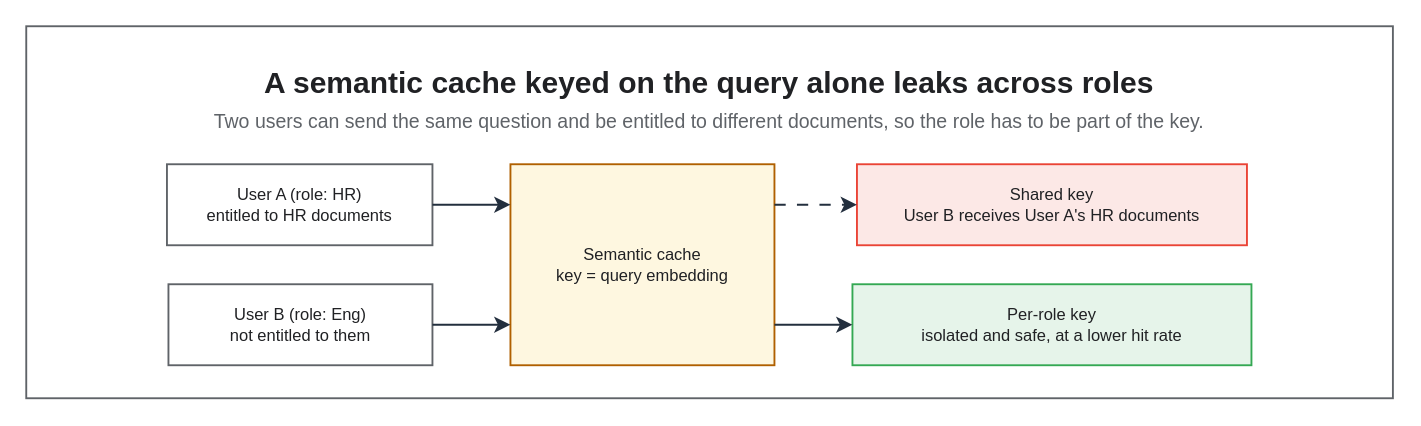
Earlier version of the draw.io diagram assets/img/ai/rag-05-cache-conflict.drawio (KKamJi98/kkamji98.github.io). Source tidied: cells renumbered, new cells numbered last; positions are measured from the earlier drawing's top-left corner, leaving out a move shared by most shapes. Both pictures are drawn from the tidied source at 150%, with x=0, y=0 at pixel (26, 26).
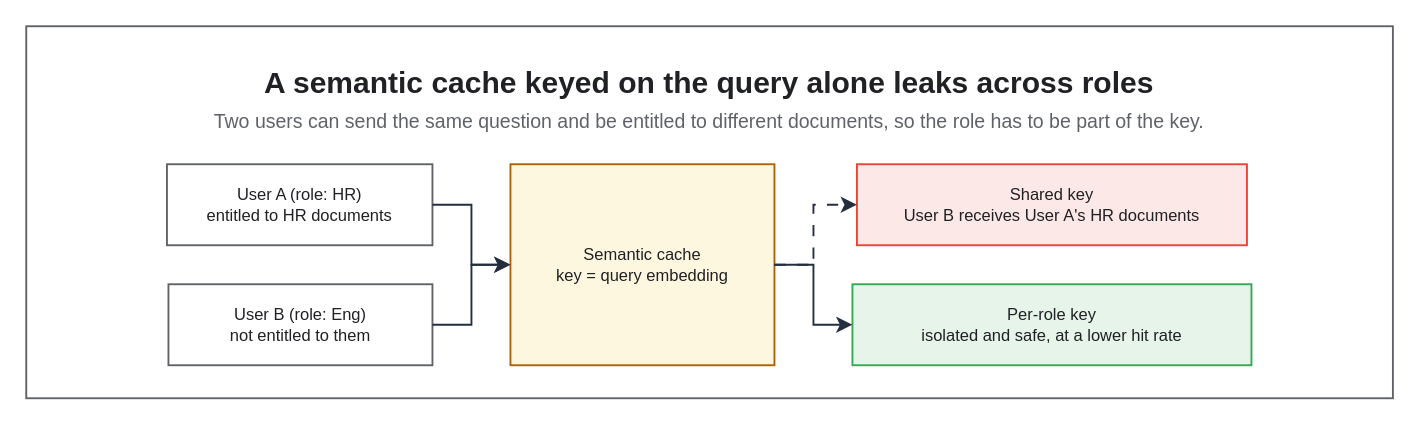
Above is the later version.

Unchanged cells that the change refers to:
```xml
<mxCell id="5" value="User A (role: HR)&#10;entitled to HR documents" style="rounded=0;whiteSpace=wrap;html=0;fillColor=#FFFFFF;strokeColor=#5F6368;fontColor=#202124;fontSize=11;fontStyle=0;align=center;verticalAlign=middle;spacingLeft=6;spacingRight=6;strokeWidth=1.25;" parent="1" vertex="1">
  <mxGeometry x="93.8" y="92" width="177" height="54" as="geometry" />
</mxCell>
<mxCell id="6" value="User B (role: Eng)&#10;not entitled to them" style="rounded=0;whiteSpace=wrap;html=0;fillColor=#FFFFFF;strokeColor=#5F6368;fontColor=#202124;fontSize=11;fontStyle=0;align=center;verticalAlign=middle;spacingLeft=6;spacingRight=6;strokeWidth=1.25;" parent="1" vertex="1">
  <mxGeometry x="94.8" y="172" width="176" height="54" as="geometry" />
</mxCell>
<mxCell id="7" value="Semantic cache&#10;key = query embedding" style="rounded=0;whiteSpace=wrap;html=0;fillColor=#FEF7E0;strokeColor=#B06000;fontColor=#202124;fontSize=11;fontStyle=0;align=center;verticalAlign=middle;spacingLeft=6;spacingRight=6;strokeWidth=1.25;" parent="1" vertex="1">
  <mxGeometry x="322.8" y="92" width="176" height="134" as="geometry" />
</mxCell>
<mxCell id="8" value="Shared key&#10;User B receives User A's HR documents" style="rounded=0;whiteSpace=wrap;html=0;fillColor=#FCE8E6;strokeColor=#EA4335;fontColor=#202124;fontSize=11;fontStyle=0;align=center;verticalAlign=middle;spacingLeft=6;spacingRight=6;strokeWidth=1.25;" parent="1" vertex="1">
  <mxGeometry x="553.8" y="92" width="260" height="54" as="geometry" />
</mxCell>
<mxCell id="9" value="Per-role key&#10;isolated and safe, at a lower hit rate" style="rounded=0;whiteSpace=wrap;html=0;fillColor=#E6F4EA;strokeColor=#34A853;fontColor=#202124;fontSize=11;fontStyle=0;align=center;verticalAlign=middle;spacingLeft=6;spacingRight=6;strokeWidth=1.25;" parent="1" vertex="1">
  <mxGeometry x="550.8" y="172" width="266" height="54" as="geometry" />
</mxCell>
```

The edit, as a diff of the source:
```diff
@@
-    <mxCell id="10" style="edgeStyle=orthogonalEdgeStyle;rounded=0;html=0;strokeColor=#232F3E;strokeWidth=1.25;endArrow=classic;endFill=1;endSize=7;fontSize=11;fontColor=#202124;labelBackgroundColor=none;jettySize=14;exitX=1;exitY=0.5;entryX=0;entryY=0.2015;exitDx=0;exitDy=0;entryDx=0;entryDy=0;" parent="1" edge="1" source="5" target="7">
-      <mxGeometry relative="1" as="geometry" />
+    <mxCell id="10" style="edgeStyle=orthogonalEdgeStyle;rounded=0;html=0;strokeColor=#232F3E;strokeWidth=1.25;endArrow=classic;endFill=1;endSize=7;fontSize=11;fontColor=#202124;labelBackgroundColor=none;jettySize=14;exitX=1;exitY=0.5;entryX=0;entryY=0.5;exitDx=0;exitDy=0;entryDx=0;entryDy=0;" parent="1" edge="1" source="5" target="7">
+      <mxGeometry relative="1" as="geometry">
+        <Array as="points">
+          <mxPoint x="296.8" y="119" />
+          <mxPoint x="296.8" y="159" />
+        </Array>
+      </mxGeometry>
     </mxCell>
-    <mxCell id="11" style="edgeStyle=orthogonalEdgeStyle;rounded=0;html=0;strokeColor=#232F3E;strokeWidth=1.25;endArrow=classic;endFill=1;endSize=7;fontSize=11;fontColor=#202124;labelBackgroundColor=none;jettySize=14;exitX=1;exitY=0.5;entryX=0;entryY=0.7985;exitDx=0;exitDy=0;entryDx=0;entryDy=0;" parent="1" edge="1" source="6" target="7">
-      <mxGeometry relative="1" as="geometry" />
+    <mxCell id="11" style="edgeStyle=orthogonalEdgeStyle;rounded=0;html=0;strokeColor=#232F3E;strokeWidth=1.25;endArrow=classic;endFill=1;endSize=7;fontSize=11;fontColor=#202124;labelBackgroundColor=none;jettySize=14;exitX=1;exitY=0.5;entryX=0;entryY=0.5;exitDx=0;exitDy=0;entryDx=0;entryDy=0;" parent="1" edge="1" source="6" target="7">
+      <mxGeometry relative="1" as="geometry">
+        <Array as="points">
+          <mxPoint x="296.8" y="199" />
+          <mxPoint x="296.8" y="159" />
+        </Array>
+      </mxGeometry>
     </mxCell>
-    <mxCell id="12" style="edgeStyle=orthogonalEdgeStyle;rounded=0;html=0;strokeColor=#232F3E;strokeWidth=1.25;endArrow=classic;endFill=1;endSize=7;fontSize=11;fontColor=#202124;labelBackgroundColor=none;jettySize=14;dashed=1;dashPattern=6 6;exitX=1;exitY=0.2015;entryX=0;entryY=0.5;exitDx=0;exitDy=0;entryDx=0;entryDy=0;" parent="1" edge="1" source="7" target="8">
-      <mxGeometry relative="1" as="geometry" />
+    <mxCell id="12" style="edgeStyle=orthogonalEdgeStyle;rounded=0;html=0;strokeColor=#232F3E;strokeWidth=1.25;endArrow=classic;endFill=1;endSize=7;fontSize=11;fontColor=#202124;labelBackgroundColor=none;jettySize=14;dashed=1;dashPattern=6 6;exitX=1;exitY=0.5;entryX=0;entryY=0.5;exitDx=0;exitDy=0;entryDx=0;entryDy=0;" parent="1" edge="1" source="7" target="8">
+      <mxGeometry relative="1" as="geometry">
+        <Array as="points">
+          <mxPoint x="524.8" y="159" />
+          <mxPoint x="524.8" y="119" />
+        </Array>
+      </mxGeometry>
     </mxCell>
-    <mxCell id="13" style="edgeStyle=orthogonalEdgeStyle;rounded=0;html=0;strokeColor=#232F3E;strokeWidth=1.25;endArrow=classic;endFill=1;endSize=7;fontSize=11;fontColor=#202124;labelBackgroundColor=none;jettySize=14;exitX=1;exitY=0.7985;entryX=0;entryY=0.5;exitDx=0;exitDy=0;entryDx=0;entryDy=0;" parent="1" edge="1" source="7" target="9">
-      <mxGeometry relative="1" as="geometry" />
+    <mxCell id="13" style="edgeStyle=orthogonalEdgeStyle;rounded=0;html=0;strokeColor=#232F3E;strokeWidth=1.25;endArrow=classic;endFill=1;endSize=7;fontSize=11;fontColor=#202124;labelBackgroundColor=none;jettySize=14;exitX=1;exitY=0.5;entryX=0;entryY=0.5;exitDx=0;exitDy=0;entryDx=0;entryDy=0;" parent="1" edge="1" source="7" target="9">
+      <mxGeometry relative="1" as="geometry">
+        <Array as="points">
+          <mxPoint x="524.8" y="159" />
+          <mxPoint x="524.8" y="199" />
+        </Array>
+      </mxGeometry>
     </mxCell>
```
